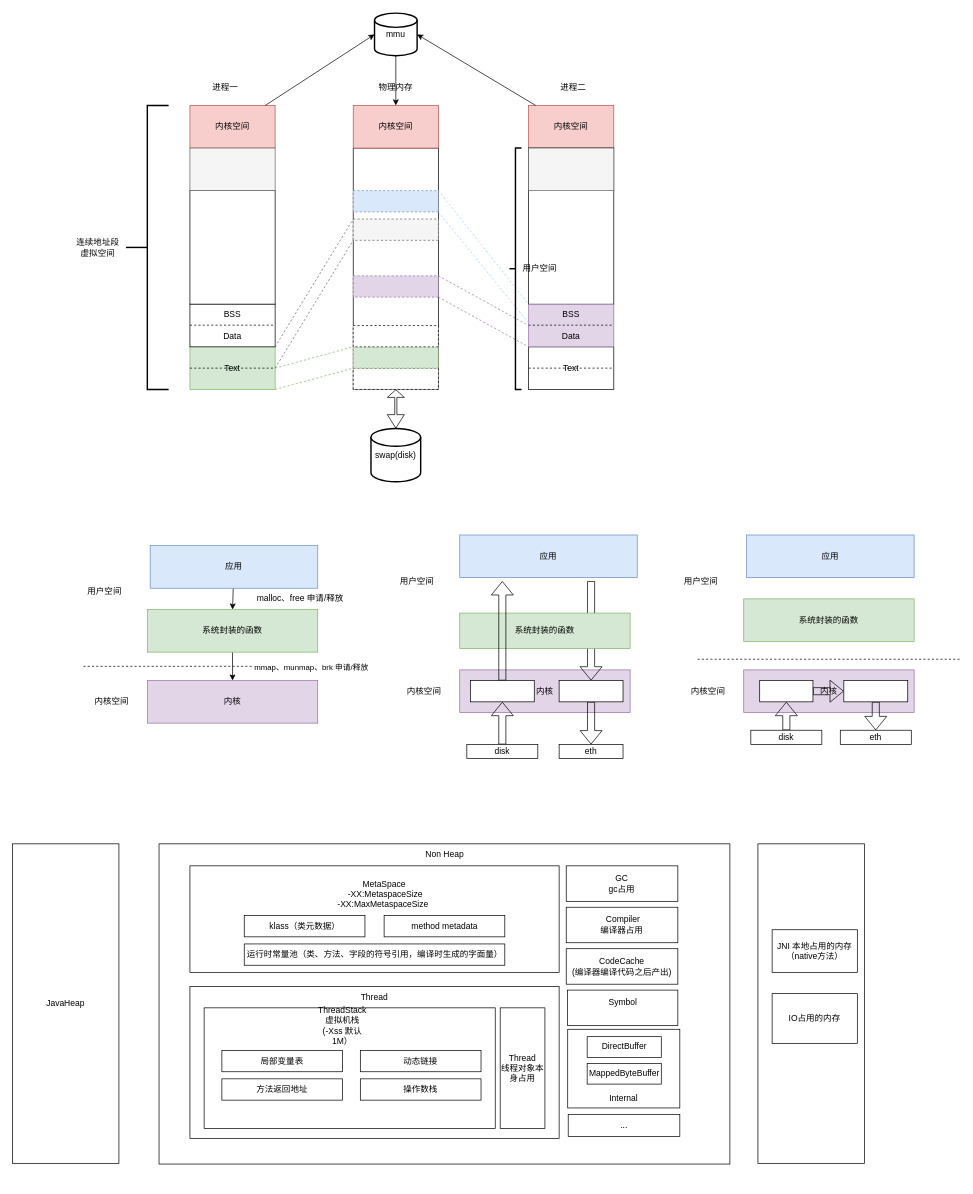
The draw.io diagram java/linux内存管理.drawio in zhangwz-lib/drawio-image, before the edit. Source tidied: cells renumbered, new cells numbered last; positions are measured from the earlier drawing's top-left corner, leaving out a move shared by most shapes. Both pictures are drawn from the tidied source at 71%, with x=0, y=0 at pixel (12, 13).
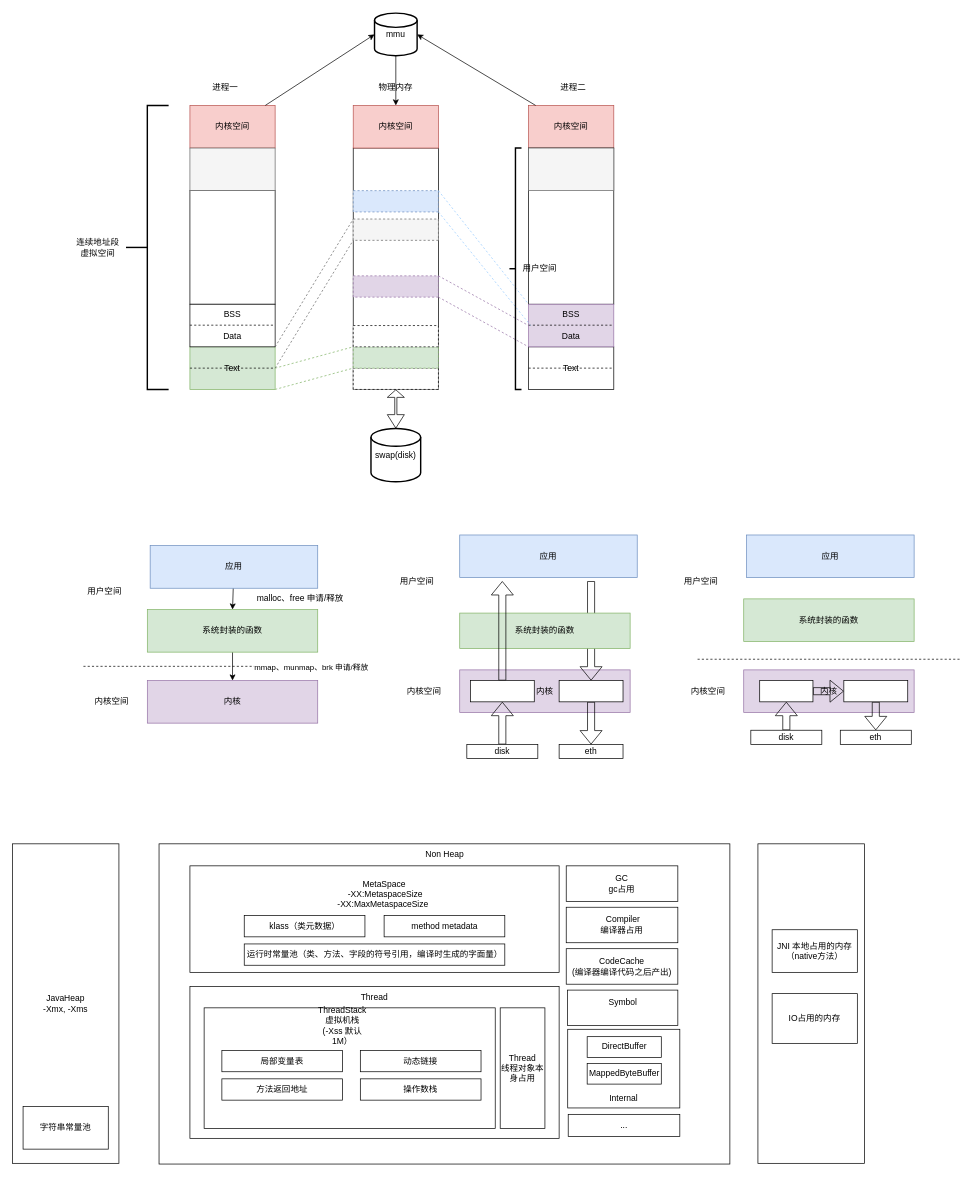
The same page after the edit.

Commit message:
更新linux内存管理.drawio

Change to the diagram source:
```diff
@@
-    <mxCell id="116" value="JavaHeap" style="rounded=0;whiteSpace=wrap;html=1;" parent="1" vertex="1">
+    <mxCell id="116" value="JavaHeap&lt;div&gt;-Xmx, -Xms&lt;/div&gt;" style="rounded=0;whiteSpace=wrap;html=1;" parent="1" vertex="1">
       <mxGeometry y="1170" width="150" height="450" as="geometry" />
     </mxCell>
+    <mxCell id="117" value="字符串常量池" style="rounded=0;whiteSpace=wrap;html=1;" parent="1" vertex="1">
+      <mxGeometry x="15" y="1540" width="120" height="60" as="geometry" />
+    </mxCell>
```
